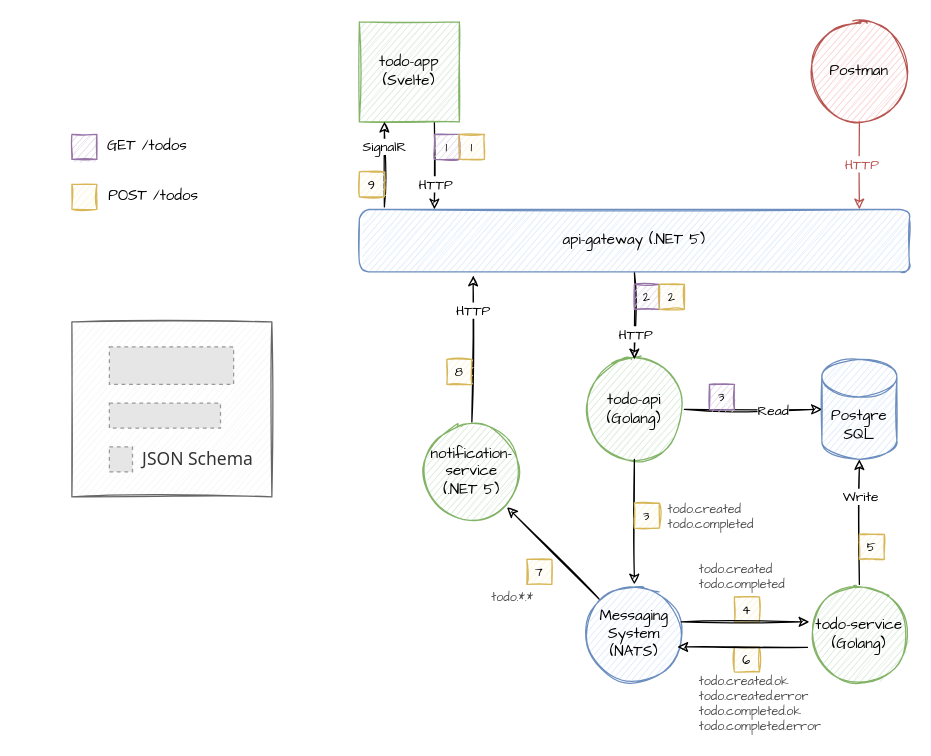
Above: doc/architecture.drawio in heikkilamarko/todo-app (draw.io), before the change. Source tidied: cells renumbered, new cells numbered last; positions are measured from the earlier drawing's top-left corner, leaving out a move shared by most shapes. Both pictures are drawn from the tidied source at 125%, with x=0, y=0 at pixel (71, 21). Pictures stored in the file or linked from it are replaced by grey dashed boxes.
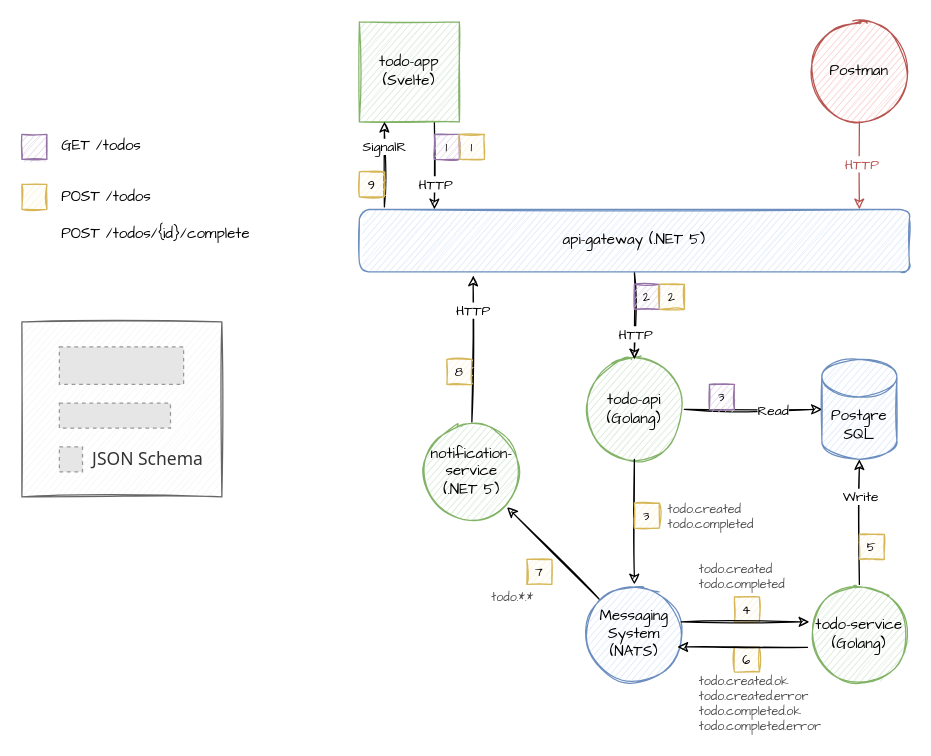
Above is the later version.

The edit, as a diff of the source:
```diff
@@
     <mxCell id="22" style="group;" parent="1" vertex="1">
-      <mxGeometry y="240" width="160" height="140" as="geometry" />
+      <mxGeometry x="-40" y="240" width="160" height="140" as="geometry" />
     </mxCell>
@@
     <mxCell id="45" style="text;html=1;strokeColor=#9673a6;fillColor=#e1d5e7;align=center;verticalAlign=middle;whiteSpace=wrap;rounded=0;fontFamily=Comic Sans MS;fontSize=10;sketch=1;" parent="1" vertex="1">
-      <mxGeometry y="90" width="20" height="20" as="geometry" />
+      <mxGeometry x="-40" y="90" width="20" height="20" as="geometry" />
     </mxCell>
     <mxCell id="46" style="text;html=1;strokeColor=#d6b656;fillColor=#fff2cc;align=center;verticalAlign=middle;whiteSpace=wrap;rounded=0;fontFamily=Comic Sans MS;fontSize=10;sketch=1;" parent="1" vertex="1">
-      <mxGeometry y="130" width="20" height="20" as="geometry" />
+      <mxGeometry x="-40" y="130" width="20" height="20" as="geometry" />
     </mxCell>
-    <mxCell id="47" value="GET /todos" style="text;html=1;align=center;verticalAlign=middle;fillColor=none;strokeColor=none;rounded=0;fontFamily=Comic Sans MS;" parent="1" vertex="1">
-      <mxGeometry x="20" y="90" width="80" height="20" as="geometry" />
+    <mxCell id="47" value="GET /todos" style="text;html=1;align=left;verticalAlign=middle;fillColor=none;strokeColor=none;rounded=0;fontFamily=Comic Sans MS;" parent="1" vertex="1">
+      <mxGeometry x="-10" y="90" width="80" height="20" as="geometry" />
     </mxCell>
-    <mxCell id="48" value="POST /todos" style="text;html=1;align=center;verticalAlign=middle;fillColor=none;strokeColor=none;rounded=0;fontFamily=Comic Sans MS;" parent="1" vertex="1">
-      <mxGeometry x="20" y="130" width="90" height="20" as="geometry" />
+    <mxCell id="48" value="POST /todos&lt;br&gt;&lt;br&gt;&lt;div&gt;&lt;span&gt;POST /todos/{id}/complete&lt;/span&gt;&lt;/div&gt;" style="text;html=1;align=left;verticalAlign=middle;fillColor=none;strokeColor=none;rounded=0;fontFamily=Comic Sans MS;" parent="1" vertex="1">
+      <mxGeometry x="-10" y="130" width="170" height="50" as="geometry" />
     </mxCell>
```
